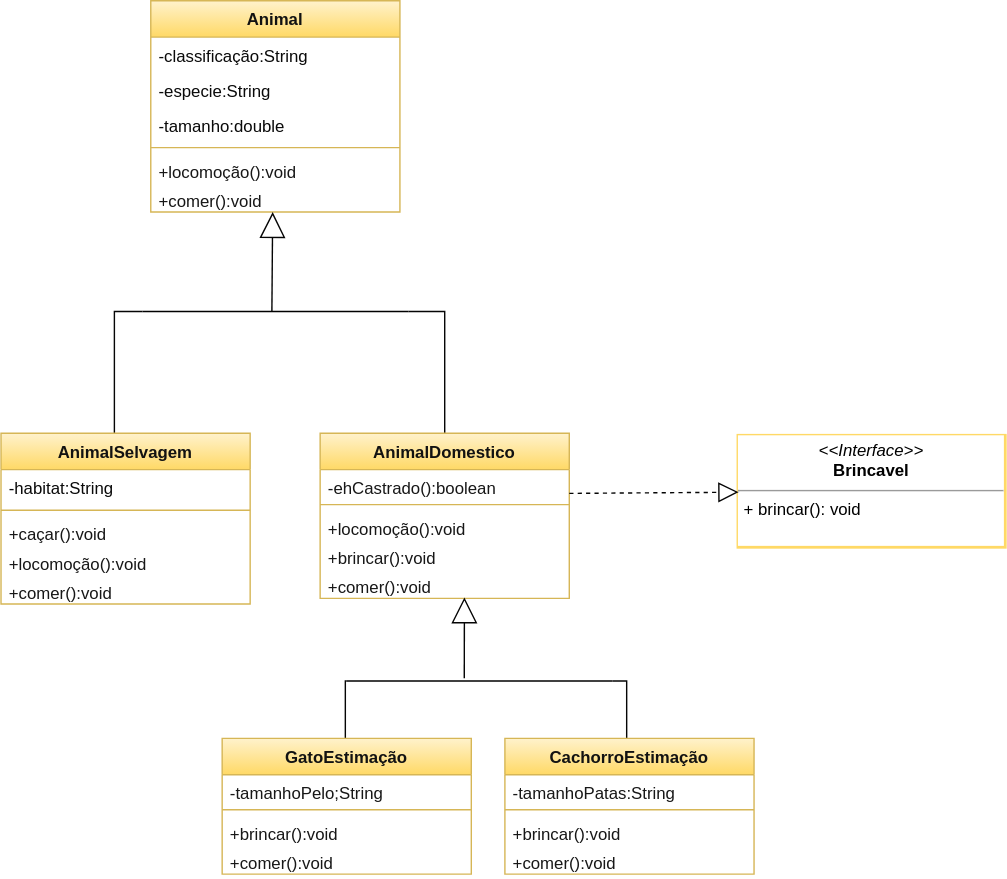
AnaJuliaSilverio/Aula23 keeps this draw.io diagram as src/Exercicio8.svg. Above is the earlier version. Source tidied: cells renumbered, new cells last; positions are measured from the earlier drawing's top-left corner, leaving out a move shared by most shapes. Its diagram source:
```xml
<mxGraphModel background="#ffffff">
  <root>
    <mxCell id="0" />
    <mxCell id="1" parent="0" />
    <mxCell id="2" value="Animal" style="swimlane;fontStyle=1;align=center;verticalAlign=top;horizontal=1;startSize=26;fillColor=#fff2cc;strokeColor=#d6b656;gradientColor=#ffd966;fontColor=#121212;" parent="1" vertex="1">
      <mxGeometry x="107" width="178" height="151" as="geometry" />
    </mxCell>
    <mxCell id="3" value="-classificação:String" style="text;strokeColor=none;fillColor=none;align=left;verticalAlign=top;spacingLeft=4;spacingRight=4;overflow=hidden;fontColor=#0A0A0A;" parent="2" vertex="1">
      <mxGeometry y="26" width="178" height="25" as="geometry" />
    </mxCell>
    <mxCell id="4" value="-especie:String" style="text;strokeColor=none;fillColor=none;align=left;verticalAlign=top;spacingLeft=4;spacingRight=4;overflow=hidden;fontColor=#0A0A0A;" parent="2" vertex="1">
      <mxGeometry y="51" width="178" height="25" as="geometry" />
    </mxCell>
    <mxCell id="5" value="-tamanho:double" style="text;strokeColor=none;fillColor=none;align=left;verticalAlign=top;spacingLeft=4;spacingRight=4;overflow=hidden;fontColor=#0A0A0A;" parent="2" vertex="1">
      <mxGeometry y="76" width="178" height="25" as="geometry" />
    </mxCell>
    <mxCell id="6" style="line;strokeWidth=1;fillColor=none;align=left;verticalAlign=middle;spacingTop=-1;spacingLeft=3;spacingRight=3;labelPosition=right;strokeColor=inherit;" parent="2" vertex="1">
      <mxGeometry y="101" width="178" height="8" as="geometry" />
    </mxCell>
    <mxCell id="7" value="+locomoção():void" style="text;strokeColor=none;fillColor=none;align=left;verticalAlign=top;spacingLeft=4;spacingRight=4;overflow=hidden;fontColor=#171717;" parent="2" vertex="1">
      <mxGeometry y="109" width="178" height="21" as="geometry" />
    </mxCell>
    <mxCell id="8" value="+comer():void" style="text;strokeColor=none;fillColor=none;align=left;verticalAlign=top;spacingLeft=4;spacingRight=4;overflow=hidden;fontColor=#171717;" parent="2" vertex="1">
      <mxGeometry y="130" width="178" height="21" as="geometry" />
    </mxCell>
    <mxCell id="9" style="edgeStyle=orthogonalEdgeStyle;rounded=0;jettySize=auto;html=1;labelBackgroundColor=none;labelBorderColor=none;strokeColor=#050505;fontColor=#000000;endArrow=none;endFill=0;" parent="1" edge="1" source="10" target="39">
      <mxGeometry relative="1" as="geometry">
        <Array as="points">
          <mxPoint x="81" y="222" />
        </Array>
      </mxGeometry>
    </mxCell>
    <mxCell id="10" value="AnimalSelvagem" style="swimlane;fontStyle=1;align=center;verticalAlign=top;horizontal=1;startSize=26;fillColor=#fff2cc;strokeColor=#d6b656;gradientColor=#ffd966;fontColor=#121212;" parent="1" vertex="1">
      <mxGeometry y="309" width="178" height="122" as="geometry" />
    </mxCell>
    <mxCell id="11" value="-habitat:String" style="text;strokeColor=none;fillColor=none;align=left;verticalAlign=top;spacingLeft=4;spacingRight=4;overflow=hidden;fontColor=#0A0A0A;" parent="10" vertex="1">
      <mxGeometry y="26" width="178" height="25" as="geometry" />
    </mxCell>
    <mxCell id="12" style="line;strokeWidth=1;fillColor=none;align=left;verticalAlign=middle;spacingTop=-1;spacingLeft=3;spacingRight=3;labelPosition=right;strokeColor=inherit;" parent="10" vertex="1">
      <mxGeometry y="51" width="178" height="8" as="geometry" />
    </mxCell>
    <mxCell id="13" value="+caçar():void" style="text;strokeColor=none;fillColor=none;align=left;verticalAlign=top;spacingLeft=4;spacingRight=4;overflow=hidden;fontColor=#171717;" parent="10" vertex="1">
      <mxGeometry y="59" width="178" height="21" as="geometry" />
    </mxCell>
    <mxCell id="14" value="+locomoção():void" style="text;strokeColor=none;fillColor=none;align=left;verticalAlign=top;spacingLeft=4;spacingRight=4;overflow=hidden;fontColor=#171717;" parent="10" vertex="1">
      <mxGeometry y="80" width="178" height="21" as="geometry" />
    </mxCell>
    <mxCell id="15" value="+comer():void" style="text;strokeColor=none;fillColor=none;align=left;verticalAlign=top;spacingLeft=4;spacingRight=4;overflow=hidden;fontColor=#171717;" parent="10" vertex="1">
      <mxGeometry y="101" width="178" height="21" as="geometry" />
    </mxCell>
    <mxCell id="16" style="edgeStyle=orthogonalEdgeStyle;rounded=0;jettySize=auto;html=1;labelBackgroundColor=none;labelBorderColor=none;strokeColor=#050505;fontColor=#000000;endArrow=none;endFill=0;" parent="1" edge="1" source="17" target="39">
      <mxGeometry relative="1" as="geometry" />
    </mxCell>
    <mxCell id="17" value="AnimalDomestico" style="swimlane;fontStyle=1;align=center;verticalAlign=top;horizontal=1;startSize=26;fillColor=#fff2cc;strokeColor=#d6b656;gradientColor=#ffd966;fontColor=#121212;" parent="1" vertex="1">
      <mxGeometry x="228" y="309" width="178" height="118" as="geometry" />
    </mxCell>
    <mxCell id="18" value="-ehCastrado():boolean" style="text;strokeColor=none;fillColor=none;align=left;verticalAlign=top;spacingLeft=4;spacingRight=4;overflow=hidden;fontColor=#171717;" parent="17" vertex="1">
      <mxGeometry y="26" width="178" height="21" as="geometry" />
    </mxCell>
    <mxCell id="19" style="line;strokeWidth=1;fillColor=none;align=left;verticalAlign=middle;spacingTop=-1;spacingLeft=3;spacingRight=3;labelPosition=right;strokeColor=inherit;" parent="17" vertex="1">
      <mxGeometry y="47" width="178" height="8" as="geometry" />
    </mxCell>
    <mxCell id="20" value="+locomoção():void" style="text;strokeColor=none;fillColor=none;align=left;verticalAlign=top;spacingLeft=4;spacingRight=4;overflow=hidden;fontColor=#171717;" parent="17" vertex="1">
      <mxGeometry y="55" width="178" height="21" as="geometry" />
    </mxCell>
    <mxCell id="21" value="+brincar():void" style="text;strokeColor=none;fillColor=none;align=left;verticalAlign=top;spacingLeft=4;spacingRight=4;overflow=hidden;fontColor=#171717;" parent="17" vertex="1">
      <mxGeometry y="76" width="178" height="21" as="geometry" />
    </mxCell>
    <mxCell id="22" value="+comer():void" style="text;strokeColor=none;fillColor=none;align=left;verticalAlign=top;spacingLeft=4;spacingRight=4;overflow=hidden;points=[[0,0.5],[1,0.5]];portConstraint=eastwest;fontColor=#171717;" parent="17" vertex="1">
      <mxGeometry y="97" width="178" height="21" as="geometry" />
    </mxCell>
    <mxCell id="23" value="&lt;p style=&quot;margin:0px;margin-top:4px;text-align:center;&quot;&gt;&lt;i&gt;&amp;lt;&amp;lt;Interface&amp;gt;&amp;gt;&lt;/i&gt;&lt;br&gt;&lt;b&gt;Brincavel&lt;/b&gt;&lt;/p&gt;&lt;hr size=&quot;1&quot;&gt;&lt;p style=&quot;margin:0px;margin-left:4px;&quot;&gt;+ brincar(): void&lt;br&gt;&lt;br&gt;&lt;/p&gt;" style="verticalAlign=top;align=left;overflow=fill;fontSize=12;fontFamily=Helvetica;html=1;shadow=0;labelBackgroundColor=#FFFFFF;labelBorderColor=none;fillStyle=auto;strokeColor=#FFD966;fontColor=#000000;fillColor=default;gradientColor=none;strokeWidth=3;" parent="1" vertex="1">
      <mxGeometry x="527" y="311" width="190" height="79" as="geometry" />
    </mxCell>
    <mxCell id="24" style="edgeStyle=orthogonalEdgeStyle;rounded=0;jettySize=auto;html=1;labelBackgroundColor=none;labelBorderColor=none;strokeColor=#050505;fontColor=#000000;endArrow=none;endFill=0;" parent="1" edge="1" source="25" target="37">
      <mxGeometry relative="1" as="geometry">
        <Array as="points">
          <mxPoint x="246" y="486" />
        </Array>
      </mxGeometry>
    </mxCell>
    <mxCell id="25" value="GatoEstimação" style="swimlane;fontStyle=1;align=center;verticalAlign=top;horizontal=1;startSize=26;fillColor=#fff2cc;strokeColor=#d6b656;gradientColor=#ffd966;fontColor=#121212;" parent="1" vertex="1">
      <mxGeometry x="158" y="527" width="178" height="97" as="geometry" />
    </mxCell>
    <mxCell id="26" value="-tamanhoPelo;String" style="text;strokeColor=none;fillColor=none;align=left;verticalAlign=top;spacingLeft=4;spacingRight=4;overflow=hidden;fontColor=#171717;" parent="25" vertex="1">
      <mxGeometry y="26" width="178" height="21" as="geometry" />
    </mxCell>
    <mxCell id="27" style="line;strokeWidth=1;fillColor=none;align=left;verticalAlign=middle;spacingTop=-1;spacingLeft=3;spacingRight=3;labelPosition=right;strokeColor=inherit;" parent="25" vertex="1">
      <mxGeometry y="47" width="178" height="8" as="geometry" />
    </mxCell>
    <mxCell id="28" value="+brincar():void" style="text;strokeColor=none;fillColor=none;align=left;verticalAlign=top;spacingLeft=4;spacingRight=4;overflow=hidden;fontColor=#171717;" parent="25" vertex="1">
      <mxGeometry y="55" width="178" height="21" as="geometry" />
    </mxCell>
    <mxCell id="29" value="+comer():void" style="text;strokeColor=none;fillColor=none;align=left;verticalAlign=top;spacingLeft=4;spacingRight=4;overflow=hidden;fontColor=#171717;" parent="25" vertex="1">
      <mxGeometry y="76" width="178" height="21" as="geometry" />
    </mxCell>
    <mxCell id="30" style="edgeStyle=orthogonalEdgeStyle;rounded=0;jettySize=auto;html=1;labelBackgroundColor=none;labelBorderColor=none;strokeColor=#050505;fontColor=#000000;endArrow=none;endFill=0;" parent="1" edge="1" source="31" target="37">
      <mxGeometry relative="1" as="geometry">
        <Array as="points">
          <mxPoint x="447" y="486" />
        </Array>
      </mxGeometry>
    </mxCell>
    <mxCell id="31" value="CachorroEstimação" style="swimlane;fontStyle=1;align=center;verticalAlign=top;horizontal=1;startSize=26;fillColor=#fff2cc;strokeColor=#d6b656;gradientColor=#ffd966;fontColor=#121212;" parent="1" vertex="1">
      <mxGeometry x="360" y="527" width="178" height="97" as="geometry" />
    </mxCell>
    <mxCell id="32" value="-tamanhoPatas:String" style="text;strokeColor=none;fillColor=none;align=left;verticalAlign=top;spacingLeft=4;spacingRight=4;overflow=hidden;fontColor=#171717;" parent="31" vertex="1">
      <mxGeometry y="26" width="178" height="21" as="geometry" />
    </mxCell>
    <mxCell id="33" style="line;strokeWidth=1;fillColor=none;align=left;verticalAlign=middle;spacingTop=-1;spacingLeft=3;spacingRight=3;labelPosition=right;strokeColor=inherit;" parent="31" vertex="1">
      <mxGeometry y="47" width="178" height="8" as="geometry" />
    </mxCell>
    <mxCell id="34" value="+brincar():void" style="text;strokeColor=none;fillColor=none;align=left;verticalAlign=top;spacingLeft=4;spacingRight=4;overflow=hidden;fontColor=#171717;" parent="31" vertex="1">
      <mxGeometry y="55" width="178" height="21" as="geometry" />
    </mxCell>
    <mxCell id="35" value="+comer():void" style="text;strokeColor=none;fillColor=none;align=left;verticalAlign=top;spacingLeft=4;spacingRight=4;overflow=hidden;fontColor=#171717;" parent="31" vertex="1">
      <mxGeometry y="76" width="178" height="21" as="geometry" />
    </mxCell>
    <mxCell id="36" style="endArrow=block;dashed=1;endFill=0;endSize=12;html=1;rounded=0;labelBackgroundColor=none;labelBorderColor=none;strokeColor=#050505;fontColor=#000000;" parent="1" edge="1" target="23">
      <mxGeometry relative="1" as="geometry">
        <mxPoint x="406" y="352" as="sourcePoint" />
      </mxGeometry>
    </mxCell>
    <mxCell id="37" style="line;strokeWidth=1;align=left;verticalAlign=middle;spacingTop=-1;spacingLeft=3;spacingRight=3;labelPosition=right;points=[];portConstraint=eastwest;shadow=0;labelBackgroundColor=#FFFFFF;labelBorderColor=none;fillStyle=auto;strokeColor=#000000;" parent="1" vertex="1">
      <mxGeometry x="247" y="482" width="190" height="8" as="geometry" />
    </mxCell>
    <mxCell id="38" style="endArrow=block;endSize=16;endFill=0;html=1;rounded=0;labelBackgroundColor=none;labelBorderColor=none;strokeColor=#050505;fontColor=#000000;exitX=0.442;exitY=0.25;exitDx=0;exitDy=0;exitPerimeter=0;entryX=0.579;entryY=0.968;entryDx=0;entryDy=0;entryPerimeter=0;" parent="1" edge="1" source="37" target="22">
      <mxGeometry relative="1" as="geometry" />
    </mxCell>
    <mxCell id="39" style="line;strokeWidth=1;align=left;verticalAlign=middle;spacingTop=-1;spacingLeft=3;spacingRight=3;labelPosition=right;points=[];portConstraint=eastwest;shadow=0;labelBackgroundColor=#FFFFFF;labelBorderColor=none;fillStyle=auto;strokeColor=#000000;" parent="1" vertex="1">
      <mxGeometry x="101" y="218" width="190" height="8" as="geometry" />
    </mxCell>
    <mxCell id="40" style="endArrow=block;endSize=16;endFill=0;html=1;rounded=0;labelBackgroundColor=none;labelBorderColor=none;strokeColor=#050505;fontColor=#000000;entryX=0.579;entryY=0.968;entryDx=0;entryDy=0;entryPerimeter=0;exitX=0.487;exitY=0.485;exitDx=0;exitDy=0;exitPerimeter=0;" parent="1" edge="1" source="39">
      <mxGeometry relative="1" as="geometry">
        <mxPoint x="194.1" y="151" as="targetPoint" />
      </mxGeometry>
    </mxCell>
  </root>
</mxGraphModel>
```
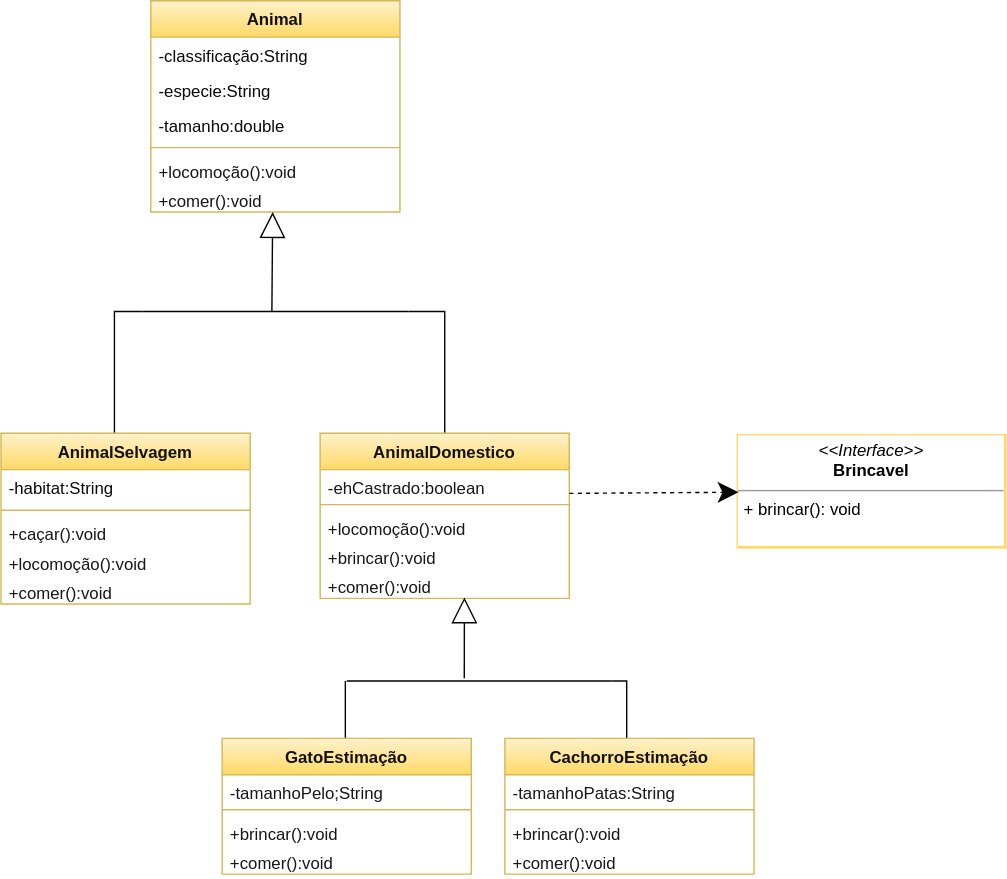
Above is the later version.

Change to the diagram source:
```diff
@@ -54,7 +54,7 @@
     <mxCell id="17" value="AnimalDomestico" style="swimlane;fontStyle=1;align=center;verticalAlign=top;horizontal=1;startSize=26;fillColor=#fff2cc;strokeColor=#d6b656;gradientColor=#ffd966;fontColor=#121212;" parent="1" vertex="1">
       <mxGeometry x="228" y="309" width="178" height="118" as="geometry" />
     </mxCell>
-    <mxCell id="18" value="-ehCastrado():boolean" style="text;strokeColor=none;fillColor=none;align=left;verticalAlign=top;spacingLeft=4;spacingRight=4;overflow=hidden;fontColor=#171717;" parent="17" vertex="1">
+    <mxCell id="18" value="-ehCastrado:boolean" style="text;strokeColor=none;fillColor=none;align=left;verticalAlign=top;spacingLeft=4;spacingRight=4;overflow=hidden;fontColor=#171717;" parent="17" vertex="1">
       <mxGeometry y="26" width="178" height="21" as="geometry" />
     </mxCell>
     <mxCell id="19" style="line;strokeWidth=1;fillColor=none;align=left;verticalAlign=middle;spacingTop=-1;spacingLeft=3;spacingRight=3;labelPosition=right;strokeColor=inherit;" parent="17" vertex="1">
@@ -116,7 +116,7 @@
     <mxCell id="35" value="+comer():void" style="text;strokeColor=none;fillColor=none;align=left;verticalAlign=top;spacingLeft=4;spacingRight=4;overflow=hidden;fontColor=#171717;" parent="31" vertex="1">
       <mxGeometry y="76" width="178" height="21" as="geometry" />
     </mxCell>
-    <mxCell id="36" style="endArrow=block;dashed=1;endFill=0;endSize=12;html=1;rounded=0;labelBackgroundColor=none;labelBorderColor=none;strokeColor=#050505;fontColor=#000000;" parent="1" edge="1" target="23">
+    <mxCell id="36" style="endArrow=classic;dashed=1;endFill=1;endSize=12;html=1;rounded=0;labelBackgroundColor=none;labelBorderColor=none;strokeColor=#050505;fontColor=#000000;" parent="1" edge="1" target="23">
       <mxGeometry relative="1" as="geometry">
         <mxPoint x="406" y="352" as="sourcePoint" />
       </mxGeometry>
```
